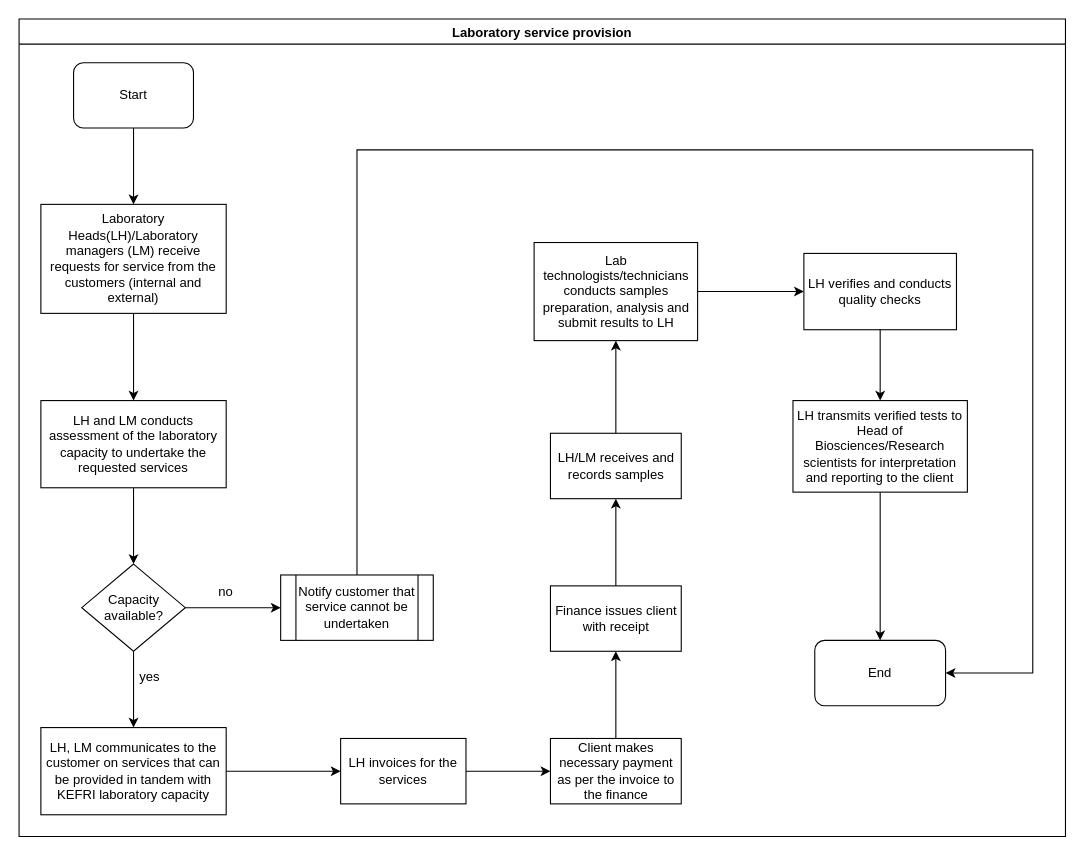
This is KEFRI-R&D-Laboratory service provision.drawio from kmagua/flowcharts, a draw.io file, before an edit. Source tidied: cells renumbered, new cells numbered last; positions are measured from the earlier drawing's top-left corner, leaving out a move shared by most shapes. Both pictures are drawn from the tidied source at 109%, with x=0, y=0 at pixel (19, 19).
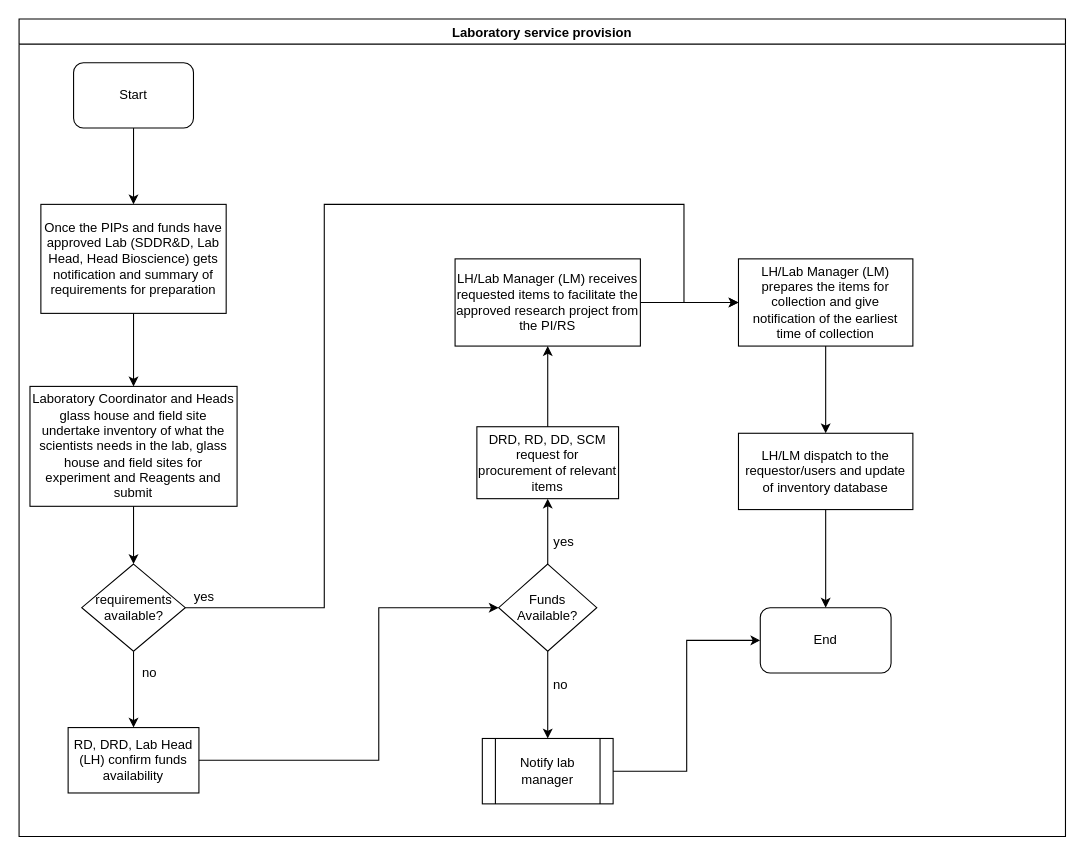
After the change.

Unchanged cells that the change refers to:
```xml
<mxCell id="2" value="Laboratory service provision" style="swimlane;" parent="1" vertex="1">
  <mxGeometry width="960" height="750" as="geometry" />
</mxCell>
```

What changed in the source:
```diff
@@
-    <mxCell id="4" value="Laboratory Heads(LH)/Laboratory managers (LM) receive requests for service from the customers (internal and external)" style="rounded=0;whiteSpace=wrap;html=1;" parent="2" vertex="1">
+    <mxCell id="4" value="Once the PIPs and funds have approved Lab (SDDR&amp;amp;D, Lab Head, Head Bioscience) gets notification and summary of requirements for preparation" style="rounded=0;whiteSpace=wrap;html=1;" parent="2" vertex="1">
       <mxGeometry x="20" y="170" width="170" height="100" as="geometry" />
     </mxCell>
@@
-    <mxCell id="6" value="LH and LM conducts assessment of the laboratory capacity to undertake the requested services" style="whiteSpace=wrap;html=1;rounded=0;" parent="2" vertex="1">
-      <mxGeometry x="20" y="350" width="170" height="80" as="geometry" />
+    <mxCell id="6" value="Laboratory Coordinator and Heads glass house and field site undertake inventory of what the scientists needs in the lab, glass house and field sites for experiment and Reagents and submit" style="whiteSpace=wrap;html=1;rounded=0;" parent="2" vertex="1">
+      <mxGeometry x="10" y="337" width="190" height="110" as="geometry" />
     </mxCell>
@@
-    <mxCell id="8" value="&lt;div&gt;Capacity&lt;/div&gt;&lt;div&gt;available?&lt;br&gt;&lt;/div&gt;" style="rhombus;whiteSpace=wrap;html=1;rounded=0;" parent="2" vertex="1">
+    <mxCell id="8" value="&lt;div&gt;requirements&lt;/div&gt;&lt;div&gt;available?&lt;br&gt;&lt;/div&gt;" style="rhombus;whiteSpace=wrap;html=1;rounded=0;" parent="2" vertex="1">
       <mxGeometry x="57.5" y="500" width="95" height="80" as="geometry" />
     </mxCell>
@@
     <mxCell id="10" value="yes" style="text;html=1;strokeColor=none;fillColor=none;align=center;verticalAlign=middle;whiteSpace=wrap;rounded=0;" parent="2" vertex="1">
-      <mxGeometry x="99.5" y="594" width="40" height="20" as="geometry" />
+      <mxGeometry x="150" y="520" width="40" height="20" as="geometry" />
     </mxCell>
-    <mxCell id="11" value="Notify customer that service cannot be undertaken" style="shape=process;whiteSpace=wrap;html=1;backgroundOutline=1;" parent="2" vertex="1">
-      <mxGeometry x="240" y="510" width="140" height="60" as="geometry" />
-    </mxCell>
+    <mxCell id="33" value="RD, DRD, Lab Head (LH) confirm funds availability" style="rounded=0;whiteSpace=wrap;html=1;" parent="2" vertex="1">
+      <mxGeometry x="45" y="650" width="120" height="60" as="geometry" />
+    </mxCell>
-    <mxCell id="12" style="edgeStyle=orthogonalEdgeStyle;rounded=0;jettySize=auto;html=1;" parent="2" edge="1" source="8" target="11">
+    <mxCell id="12" style="edgeStyle=orthogonalEdgeStyle;rounded=0;jettySize=auto;html=1;exitX=0.5;exitY=1;exitDx=0;exitDy=0;" parent="2" edge="1" source="8" target="33">
       <mxGeometry relative="1" as="geometry" />
     </mxCell>
-    <mxCell id="13" value="Lab technologists/technicians conducts samples preparation, analysis and submit results to LH" style="whiteSpace=wrap;html=1;rounded=0;" parent="2" vertex="1">
-      <mxGeometry x="472.5" y="205" width="150" height="90" as="geometry" />
-    </mxCell>
-    <mxCell id="14" value="LH verifies and conducts quality checks" style="whiteSpace=wrap;html=1;rounded=0;" parent="2" vertex="1">
-      <mxGeometry x="720" y="215" width="140" height="70" as="geometry" />
-    </mxCell>
-    <mxCell id="15" style="edgeStyle=orthogonalEdgeStyle;rounded=0;jettySize=auto;html=1;" parent="2" edge="1" source="13" target="14">
-      <mxGeometry relative="1" as="geometry" />
-    </mxCell>
-    <mxCell id="16" value="LH transmits verified tests to Head of Biosciences/Research scientists for interpretation and reporting to the client" style="whiteSpace=wrap;html=1;rounded=0;" parent="2" vertex="1">
-      <mxGeometry x="710" y="350" width="160" height="84" as="geometry" />
-    </mxCell>
-    <mxCell id="17" style="edgeStyle=orthogonalEdgeStyle;rounded=0;jettySize=auto;html=1;" parent="2" edge="1" source="14" target="16">
-      <mxGeometry relative="1" as="geometry" />
-    </mxCell>
+    <mxCell id="34" value="DRD, RD, DD, SCM request for procurement of relevant items" style="whiteSpace=wrap;html=1;rounded=0;" parent="2" vertex="1">
+      <mxGeometry x="420" y="374" width="130" height="66" as="geometry" />
+    </mxCell>
     <mxCell id="18" value="End" style="rounded=1;whiteSpace=wrap;html=1;" parent="2" vertex="1">
-      <mxGeometry x="730" y="570" width="120" height="60" as="geometry" />
+      <mxGeometry x="680" y="540" width="120" height="60" as="geometry" />
     </mxCell>
-    <mxCell id="19" style="edgeStyle=orthogonalEdgeStyle;rounded=0;jettySize=auto;html=1;entryX=0.5;entryY=0;entryDx=0;entryDy=0;" parent="2" edge="1" source="16" target="18">
-      <mxGeometry relative="1" as="geometry" />
-    </mxCell>
+    <mxCell id="35" value="yes" style="text;html=1;strokeColor=none;fillColor=none;align=center;verticalAlign=middle;whiteSpace=wrap;rounded=0;" parent="2" vertex="1">
+      <mxGeometry x="480" y="470" width="40" height="20" as="geometry" />
+    </mxCell>
+    <mxCell id="36" value="no" style="text;html=1;strokeColor=none;fillColor=none;align=center;verticalAlign=middle;whiteSpace=wrap;rounded=0;" parent="2" vertex="1">
+      <mxGeometry x="477" y="601" width="40" height="20" as="geometry" />
+    </mxCell>
+    <mxCell id="37" value="Notify lab manager" style="shape=process;whiteSpace=wrap;html=1;backgroundOutline=1;" parent="2" vertex="1">
+      <mxGeometry x="425" y="660" width="120" height="60" as="geometry" />
+    </mxCell>
     <mxCell id="20" value="no" style="text;html=1;strokeColor=none;fillColor=none;align=center;verticalAlign=middle;whiteSpace=wrap;rounded=0;" parent="2" vertex="1">
-      <mxGeometry x="170" y="516" width="40" height="20" as="geometry" />
+      <mxGeometry x="100" y="590" width="40" height="20" as="geometry" />
     </mxCell>
-    <mxCell id="21" style="edgeStyle=orthogonalEdgeStyle;rounded=0;jettySize=auto;html=1;entryX=1;entryY=0.5;entryDx=0;entryDy=0;" parent="2" edge="1" source="11" target="18">
-      <mxGeometry relative="1" as="geometry">
-        <Array as="points">
-          <mxPoint x="310" y="120" />
-          <mxPoint x="930" y="120" />
-          <mxPoint x="930" y="600" />
-        </Array>
-      </mxGeometry>
-    </mxCell>
-    <mxCell id="22" style="edgeStyle=orthogonalEdgeStyle;rounded=0;jettySize=auto;html=1;" parent="1" edge="1" source="23" target="26">
-      <mxGeometry relative="1" as="geometry" />
-    </mxCell>
-    <mxCell id="23" value="LH, LM communicates to the customer on services that can be provided in tandem with KEFRI laboratory capacity" style="whiteSpace=wrap;html=1;rounded=0;" parent="1" vertex="1">
-      <mxGeometry x="20" y="650" width="170" height="80" as="geometry" />
-    </mxCell>
-    <mxCell id="24" style="edgeStyle=orthogonalEdgeStyle;rounded=0;jettySize=auto;html=1;" parent="1" edge="1" source="8" target="23">
-      <mxGeometry relative="1" as="geometry" />
-    </mxCell>
-    <mxCell id="25" style="edgeStyle=orthogonalEdgeStyle;rounded=0;jettySize=auto;html=1;" parent="1" edge="1" source="26" target="28">
-      <mxGeometry relative="1" as="geometry" />
-    </mxCell>
-    <mxCell id="26" value="LH invoices for the services" style="whiteSpace=wrap;html=1;rounded=0;" parent="1" vertex="1">
-      <mxGeometry x="295" y="660" width="115" height="60" as="geometry" />
-    </mxCell>
-    <mxCell id="27" style="edgeStyle=orthogonalEdgeStyle;rounded=0;jettySize=auto;html=1;" parent="1" edge="1" source="28" target="30">
-      <mxGeometry relative="1" as="geometry" />
-    </mxCell>
-    <mxCell id="28" value="Client makes necessary payment as per the invoice to the finance" style="whiteSpace=wrap;html=1;rounded=0;" parent="1" vertex="1">
-      <mxGeometry x="487.5" y="660" width="120" height="60" as="geometry" />
-    </mxCell>
-    <mxCell id="29" style="edgeStyle=orthogonalEdgeStyle;rounded=0;jettySize=auto;html=1;" parent="1" edge="1" source="30" target="32">
-      <mxGeometry relative="1" as="geometry" />
-    </mxCell>
-    <mxCell id="30" value="Finance issues client with receipt" style="whiteSpace=wrap;html=1;rounded=0;" parent="1" vertex="1">
-      <mxGeometry x="487.5" y="520" width="120" height="60" as="geometry" />
-    </mxCell>
-    <mxCell id="31" style="edgeStyle=orthogonalEdgeStyle;rounded=0;jettySize=auto;html=1;" parent="1" edge="1" source="32" target="13">
-      <mxGeometry relative="1" as="geometry" />
-    </mxCell>
-    <mxCell id="32" value="LH/LM receives and records samples" style="whiteSpace=wrap;html=1;rounded=0;" parent="1" vertex="1">
-      <mxGeometry x="487.5" y="380" width="120" height="60" as="geometry" />
-    </mxCell>
+    <mxCell id="38" style="edgeStyle=orthogonalEdgeStyle;rounded=0;jettySize=auto;html=1;entryX=0;entryY=0.5;entryDx=0;entryDy=0;" parent="2" edge="1" source="37" target="18">
+      <mxGeometry relative="1" as="geometry" />
+    </mxCell>
+    <mxCell id="39" style="edgeStyle=orthogonalEdgeStyle;rounded=0;jettySize=auto;html=1;" parent="1" edge="1" source="41">
+      <mxGeometry relative="1" as="geometry">
+        <mxPoint x="485" y="660" as="targetPoint" />
+      </mxGeometry>
+    </mxCell>
+    <mxCell id="40" style="edgeStyle=orthogonalEdgeStyle;rounded=0;jettySize=auto;html=1;" parent="1" edge="1" source="41" target="34">
+      <mxGeometry relative="1" as="geometry" />
+    </mxCell>
+    <mxCell id="41" value="&lt;div&gt;Funds&lt;/div&gt;&lt;div&gt;Available?&lt;/div&gt;" style="rhombus;whiteSpace=wrap;html=1;rounded=0;" parent="1" vertex="1">
+      <mxGeometry x="440" y="500" width="90" height="80" as="geometry" />
+    </mxCell>
+    <mxCell id="42" style="edgeStyle=orthogonalEdgeStyle;rounded=0;jettySize=auto;html=1;" parent="1" edge="1" source="33" target="41">
+      <mxGeometry relative="1" as="geometry">
+        <Array as="points">
+          <mxPoint x="330" y="680" />
+          <mxPoint x="330" y="540" />
+        </Array>
+      </mxGeometry>
+    </mxCell>
+    <mxCell id="43" style="edgeStyle=orthogonalEdgeStyle;rounded=0;jettySize=auto;html=1;" parent="1" edge="1" source="44" target="47">
+      <mxGeometry relative="1" as="geometry" />
+    </mxCell>
+    <mxCell id="44" value="LH/Lab Manager (LM) receives requested items to facilitate the approved research project from the PI/RS" style="whiteSpace=wrap;html=1;rounded=0;" parent="1" vertex="1">
+      <mxGeometry x="400" y="220" width="170" height="80" as="geometry" />
+    </mxCell>
+    <mxCell id="45" style="edgeStyle=orthogonalEdgeStyle;rounded=0;jettySize=auto;html=1;" parent="1" edge="1" source="34" target="44">
+      <mxGeometry relative="1" as="geometry" />
+    </mxCell>
+    <mxCell id="46" style="edgeStyle=orthogonalEdgeStyle;rounded=0;jettySize=auto;html=1;" parent="1" edge="1" source="47" target="49">
+      <mxGeometry relative="1" as="geometry" />
+    </mxCell>
+    <mxCell id="47" value="LH/Lab Manager (LM) prepares the items for collection and give notification of the earliest time of collection" style="whiteSpace=wrap;html=1;rounded=0;" parent="1" vertex="1">
+      <mxGeometry x="660" y="220" width="160" height="80" as="geometry" />
+    </mxCell>
+    <mxCell id="48" style="edgeStyle=orthogonalEdgeStyle;rounded=0;jettySize=auto;html=1;" parent="1" edge="1" source="49" target="18">
+      <mxGeometry relative="1" as="geometry" />
+    </mxCell>
+    <mxCell id="49" value="LH/LM dispatch to the requestor/users and update of inventory database" style="whiteSpace=wrap;html=1;rounded=0;" parent="1" vertex="1">
+      <mxGeometry x="660" y="380" width="160" height="70" as="geometry" />
+    </mxCell>
+    <mxCell id="50" style="edgeStyle=orthogonalEdgeStyle;rounded=0;jettySize=auto;html=1;entryX=0;entryY=0.5;entryDx=0;entryDy=0;" parent="1" edge="1" source="8" target="47">
+      <mxGeometry relative="1" as="geometry">
+        <Array as="points">
+          <mxPoint x="280" y="540" />
+          <mxPoint x="280" y="170" />
+          <mxPoint x="610" y="170" />
+          <mxPoint x="610" y="260" />
+        </Array>
+      </mxGeometry>
+    </mxCell>
```
